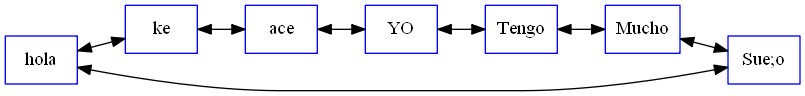
The Graphviz diagram Python EDD/graficaColaCircular.gv.png in 6mmario/Proyecto1, before a commit. Its source is kept beside it as Python EDD/graficaColaCircular.gv.
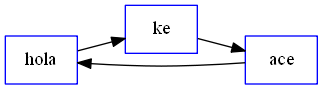
After the commit.

What changed in the source:
```diff
@@ -2,17 +2,6 @@
 rankdir=LR
 	node [color=blue shape=box]
 		hola -> ke
-[dir=both]
 		ke -> ace
-[dir=both]
-		ace -> YO
-[dir=both]
-		YO -> Tengo
-[dir=both]
-		Tengo -> Mucho
-[dir=both]
-		Mucho -> "Sue;o"
-[dir=both]
-		"Sue;o" -> hola
-[dir=both]
+		ace -> hola
 }
```
